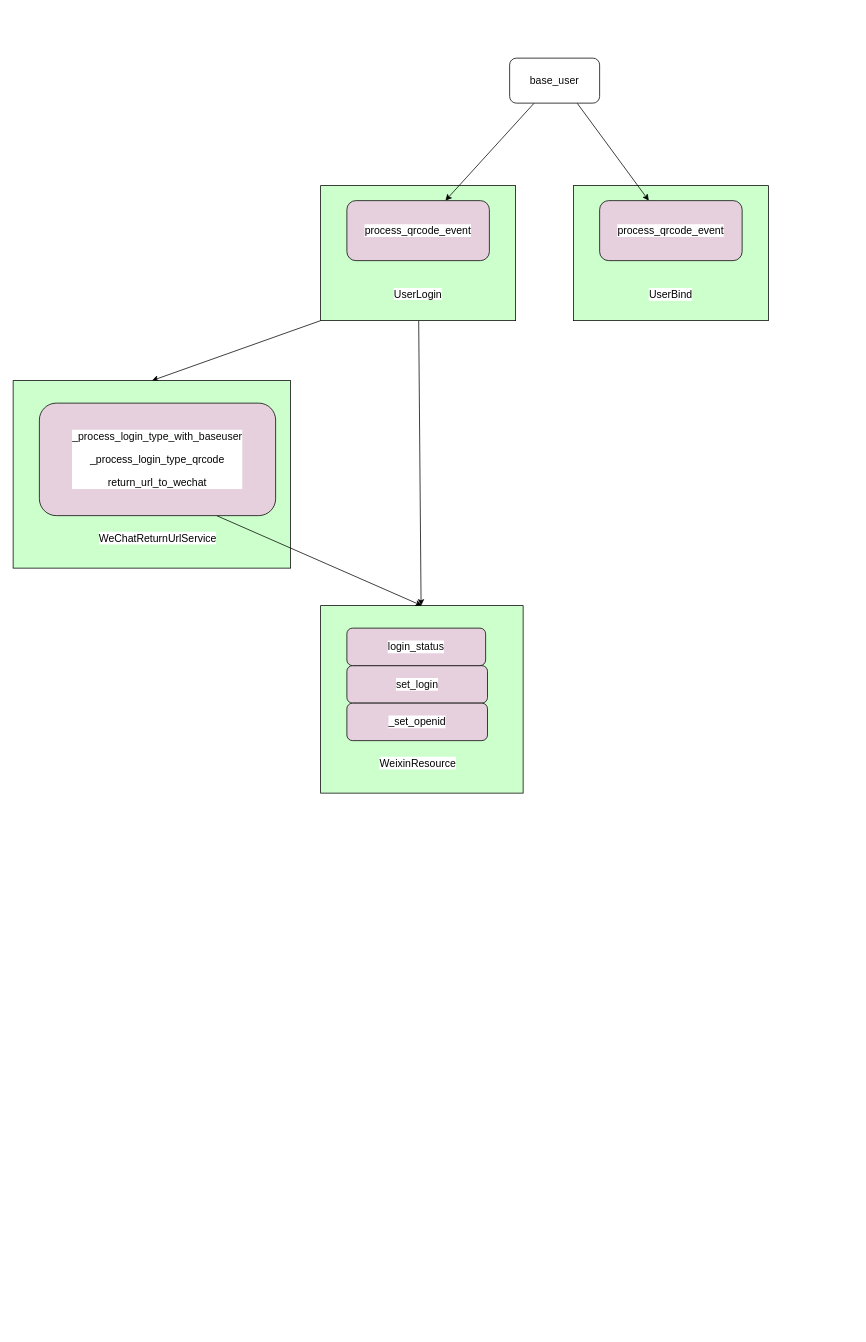
The draw.io diagram wechat_baseuser.drawio in likeyiyy/Simple_Interpreter, before the edit. Source tidied: cells renumbered, new cells numbered last; positions are measured from the earlier drawing's top-left corner, leaving out a move shared by most shapes. Both pictures are drawn from the tidied source at 75%, with x=0, y=0 at pixel (13, 58).
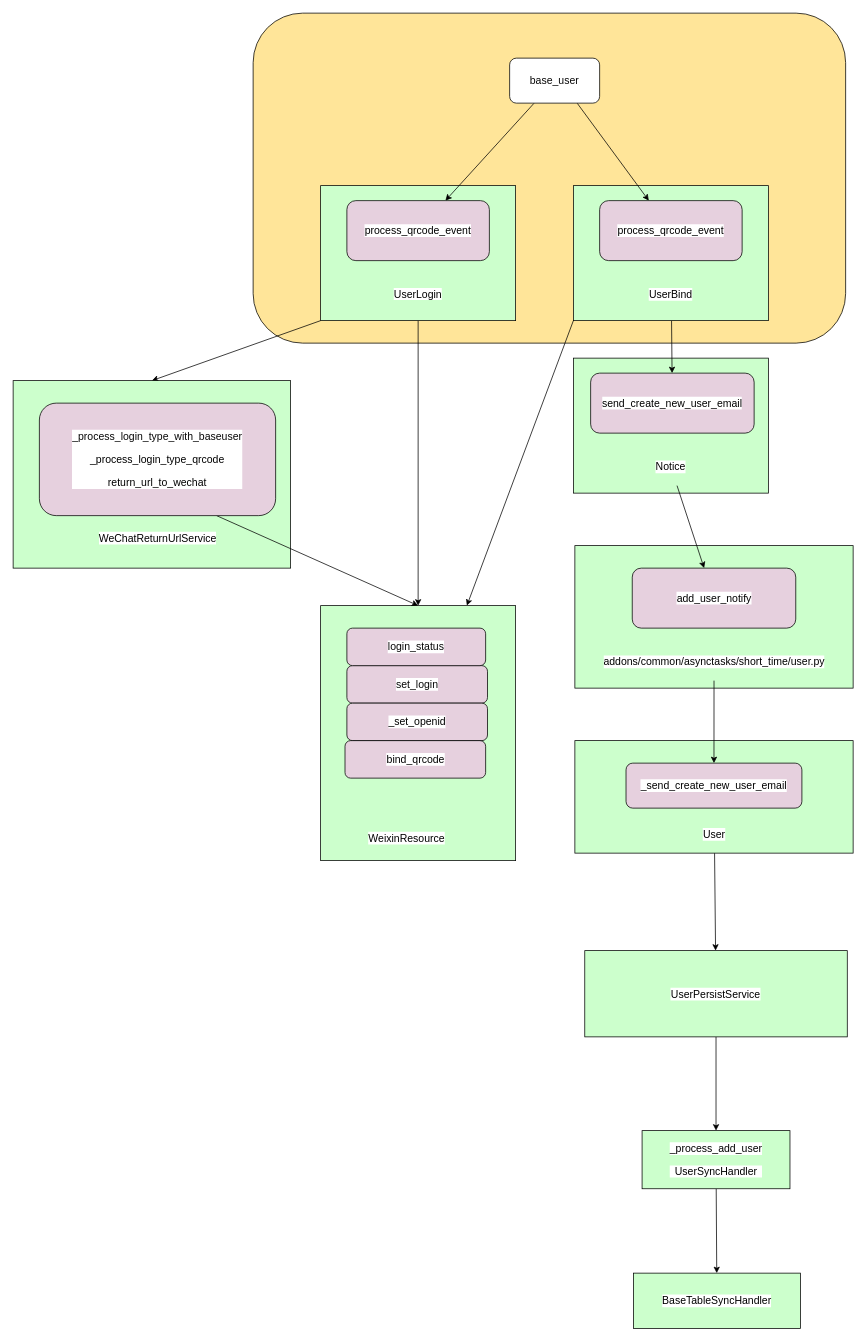
The same page after the edit.

The change refers to these unchanged cells:
```xml
<mxCell id="2" style="rounded=0;whiteSpace=wrap;html=1;fillColor=#CCFFCC;" parent="1" vertex="1">
  <mxGeometry x="747" y="170" width="260" height="180" as="geometry" />
</mxCell>
```

What changed in the source:
```diff
@@
+    <mxCell id="22" style="rounded=1;whiteSpace=wrap;html=1;fillColor=#FFE599;" parent="1" vertex="1">
+      <mxGeometry x="320" y="-60" width="790" height="440" as="geometry" />
+    </mxCell>
+    <mxCell id="23" style="rounded=0;whiteSpace=wrap;html=1;fillColor=#CCFFCC;" parent="1" vertex="1">
+      <mxGeometry x="749" y="650" width="371" height="190" as="geometry" />
+    </mxCell>
+    <mxCell id="24" style="edgeStyle=none;rounded=0;jettySize=auto;html=1;" parent="1" edge="1" source="25" target="39">
+      <mxGeometry relative="1" as="geometry" />
+    </mxCell>
+    <mxCell id="25" style="rounded=0;whiteSpace=wrap;html=1;fillColor=#CCFFCC;" parent="1" vertex="1">
+      <mxGeometry x="749" y="910" width="371" height="150" as="geometry" />
+    </mxCell>
+    <mxCell id="26" style="rounded=0;whiteSpace=wrap;html=1;fillColor=#CCFFCC;" parent="1" vertex="1">
+      <mxGeometry x="747" y="400" width="260" height="180" as="geometry" />
+    </mxCell>
+    <mxCell id="27" style="edgeStyle=none;rounded=0;jettySize=auto;html=1;exitX=0;exitY=1;exitDx=0;exitDy=0;entryX=0.75;entryY=0;entryDx=0;entryDy=0;" parent="1" edge="1" source="2" target="13">
+      <mxGeometry relative="1" as="geometry" />
+    </mxCell>
+    <mxCell id="28" style="edgeStyle=none;rounded=0;jettySize=auto;html=1;" parent="1" edge="1" source="2" target="29">
+      <mxGeometry relative="1" as="geometry" />
+    </mxCell>
@@
     <mxCell id="13" style="rounded=0;whiteSpace=wrap;html=1;fillColor=#CCFFCC;" parent="1" vertex="1">
-      <mxGeometry x="410" y="730" width="270" height="250" as="geometry" />
+      <mxGeometry x="410" y="730" width="260" height="340" as="geometry" />
     </mxCell>
     <mxCell id="14" value="&lt;pre style=&quot;background-color: #ffffff ; color: #080808 ; font-family: &amp;#34;jetbrains mono&amp;#34; ; font-size: 10.5pt&quot;&gt;&lt;span style=&quot;color: #000000&quot;&gt;WeixinResource&lt;/span&gt;&lt;/pre&gt;" style="text;html=1;strokeColor=none;fillColor=none;align=center;verticalAlign=middle;whiteSpace=wrap;rounded=0;" parent="1" vertex="1">
-      <mxGeometry x="485" y="930" width="110" height="20" as="geometry" />
+      <mxGeometry x="470" y="1030" width="110" height="20" as="geometry" />
     </mxCell>
@@
+    <mxCell id="29" value="&lt;pre style=&quot;background-color: #ffffff ; color: #080808 ; font-family: &amp;#34;jetbrains mono&amp;#34; ; font-size: 10.5pt&quot;&gt;&lt;pre style=&quot;font-family: &amp;#34;jetbrains mono&amp;#34; ; font-size: 10.5pt&quot;&gt;&lt;span style=&quot;color: #000000&quot;&gt;send_create_new_user_email&lt;/span&gt;&lt;/pre&gt;&lt;/pre&gt;" style="whiteSpace=wrap;html=1;rounded=1;fillColor=#E6D0DE;" parent="1" vertex="1">
+      <mxGeometry x="770" y="420" width="218" height="80" as="geometry" />
+    </mxCell>
+    <mxCell id="30" style="edgeStyle=none;rounded=0;jettySize=auto;html=1;" parent="1" edge="1" source="31" target="33">
+      <mxGeometry relative="1" as="geometry" />
+    </mxCell>
+    <mxCell id="31" value="&lt;pre style=&quot;background-color: #ffffff ; color: #080808 ; font-family: &amp;#34;jetbrains mono&amp;#34; ; font-size: 10.5pt&quot;&gt;&lt;pre style=&quot;font-family: &amp;#34;jetbrains mono&amp;#34; ; font-size: 10.5pt&quot;&gt;&lt;span style=&quot;color: #000000&quot;&gt;Notice&lt;/span&gt;&lt;/pre&gt;&lt;/pre&gt;" style="text;html=1;strokeColor=none;fillColor=none;align=center;verticalAlign=middle;whiteSpace=wrap;rounded=0;" parent="1" vertex="1">
+      <mxGeometry x="827" y="520" width="100" height="50" as="geometry" />
+    </mxCell>
+    <mxCell id="32" value="&lt;pre style=&quot;background-color: #ffffff ; color: #080808 ; font-family: &amp;#34;jetbrains mono&amp;#34; ; font-size: 10.5pt&quot;&gt;&lt;pre style=&quot;font-family: &amp;#34;jetbrains mono&amp;#34; ; font-size: 10.5pt&quot;&gt;&lt;pre style=&quot;font-family: &amp;#34;jetbrains mono&amp;#34; ; font-size: 10.5pt&quot;&gt;&lt;span style=&quot;color: #000000&quot;&gt;bind_qrcode&lt;/span&gt;&lt;/pre&gt;&lt;/pre&gt;&lt;/pre&gt;" style="whiteSpace=wrap;html=1;rounded=1;fillColor=#E6D0DE;" parent="1" vertex="1">
+      <mxGeometry x="442.5" y="910" width="187.5" height="50" as="geometry" />
+    </mxCell>
+    <mxCell id="33" value="&lt;pre style=&quot;background-color: #ffffff ; color: #080808 ; font-family: &amp;#34;jetbrains mono&amp;#34; ; font-size: 10.5pt&quot;&gt;&lt;pre style=&quot;font-family: &amp;#34;jetbrains mono&amp;#34; ; font-size: 10.5pt&quot;&gt;&lt;pre style=&quot;font-family: &amp;#34;jetbrains mono&amp;#34; ; font-size: 10.5pt&quot;&gt;&lt;span style=&quot;color: #000000&quot;&gt;add_user_notify&lt;/span&gt;&lt;/pre&gt;&lt;/pre&gt;&lt;/pre&gt;" style="whiteSpace=wrap;html=1;rounded=1;fillColor=#E6D0DE;" parent="1" vertex="1">
+      <mxGeometry x="825.5" y="680" width="218" height="80" as="geometry" />
+    </mxCell>
+    <mxCell id="34" style="edgeStyle=none;rounded=0;jettySize=auto;html=1;" parent="1" edge="1" source="35" target="36">
+      <mxGeometry relative="1" as="geometry" />
+    </mxCell>
+    <mxCell id="35" value="&lt;pre style=&quot;background-color: rgb(255 , 255 , 255)&quot;&gt;&lt;pre&gt;&lt;font face=&quot;jetbrains mono&quot;&gt;&lt;span style=&quot;font-size: 14px&quot;&gt;addons/common/asynctasks/short_time/user.py&lt;/span&gt;&lt;/font&gt;&lt;font color=&quot;#080808&quot; face=&quot;jetbrains mono&quot;&gt;&lt;span style=&quot;font-size: 10.5pt&quot;&gt;&lt;br&gt;&lt;/span&gt;&lt;/font&gt;&lt;/pre&gt;&lt;/pre&gt;" style="text;html=1;strokeColor=none;fillColor=none;align=center;verticalAlign=middle;whiteSpace=wrap;rounded=0;" parent="1" vertex="1">
+      <mxGeometry x="756.8" y="780" width="355.5" height="50" as="geometry" />
+    </mxCell>
+    <mxCell id="36" value="&lt;pre style=&quot;background-color: #ffffff ; color: #080808 ; font-family: &amp;#34;jetbrains mono&amp;#34; ; font-size: 10.5pt&quot;&gt;&lt;pre style=&quot;font-family: &amp;#34;jetbrains mono&amp;#34; ; font-size: 10.5pt&quot;&gt;&lt;pre style=&quot;font-family: &amp;#34;jetbrains mono&amp;#34; ; font-size: 10.5pt&quot;&gt;&lt;pre style=&quot;font-family: &amp;#34;jetbrains mono&amp;#34; ; font-size: 10.5pt&quot;&gt;&lt;span style=&quot;color: #000000&quot;&gt;_send_create_new_user_email&lt;/span&gt;&lt;/pre&gt;&lt;/pre&gt;&lt;/pre&gt;&lt;/pre&gt;" style="whiteSpace=wrap;html=1;rounded=1;fillColor=#E6D0DE;" parent="1" vertex="1">
+      <mxGeometry x="817.2" y="940" width="234.5" height="60" as="geometry" />
+    </mxCell>
+    <mxCell id="37" value="&lt;pre style=&quot;background-color: rgb(255 , 255 , 255)&quot;&gt;&lt;pre&gt;&lt;pre style=&quot;color: rgb(8 , 8 , 8) ; font-family: &amp;#34;jetbrains mono&amp;#34; ; font-size: 10.5pt&quot;&gt;&lt;span style=&quot;color: #000000&quot;&gt;User&lt;/span&gt;&lt;/pre&gt;&lt;/pre&gt;&lt;/pre&gt;" style="text;html=1;strokeColor=none;fillColor=none;align=center;verticalAlign=middle;whiteSpace=wrap;rounded=0;" parent="1" vertex="1">
+      <mxGeometry x="756.8" y="1010" width="355.5" height="50" as="geometry" />
+    </mxCell>
+    <mxCell id="38" style="edgeStyle=none;rounded=0;jettySize=auto;html=1;" parent="1" edge="1" source="39" target="41">
+      <mxGeometry relative="1" as="geometry" />
+    </mxCell>
+    <mxCell id="39" value="&lt;pre style=&quot;background-color: #ffffff ; color: #080808 ; font-family: &amp;#34;jetbrains mono&amp;#34; ; font-size: 10.5pt&quot;&gt;&lt;span style=&quot;color: #000000&quot;&gt;UserPersistService&lt;/span&gt;&lt;/pre&gt;" style="whiteSpace=wrap;html=1;rounded=0;fillColor=#CCFFCC;" parent="1" vertex="1">
+      <mxGeometry x="762.2" y="1190" width="350" height="115" as="geometry" />
+    </mxCell>
+    <mxCell id="40" style="edgeStyle=none;rounded=0;jettySize=auto;html=1;" parent="1" edge="1" source="41" target="42">
+      <mxGeometry relative="1" as="geometry" />
+    </mxCell>
+    <mxCell id="41" value="&lt;pre style=&quot;background-color: #ffffff ; color: #080808 ; font-family: &amp;#34;jetbrains mono&amp;#34; ; font-size: 10.5pt&quot;&gt;&lt;pre style=&quot;font-family: &amp;#34;jetbrains mono&amp;#34; ; font-size: 10.5pt&quot;&gt;&lt;span style=&quot;color: #000000&quot;&gt;_process_add_user&lt;/span&gt;&lt;/pre&gt;&lt;/pre&gt;&lt;pre style=&quot;background-color: #ffffff ; color: #080808 ; font-family: &amp;#34;jetbrains mono&amp;#34; ; font-size: 10.5pt&quot;&gt;&lt;span style=&quot;color: #000000&quot;&gt;UserSyncHandler&lt;/span&gt;&lt;/pre&gt;" style="whiteSpace=wrap;html=1;rounded=0;fillColor=#CCFFCC;" parent="1" vertex="1">
+      <mxGeometry x="838.6" y="1430" width="197.2" height="77.5" as="geometry" />
+    </mxCell>
+    <mxCell id="42" value="&lt;pre style=&quot;background-color: #ffffff ; color: #080808 ; font-family: &amp;#34;jetbrains mono&amp;#34; ; font-size: 10.5pt&quot;&gt;&lt;span style=&quot;color: #000000&quot;&gt;BaseTableSyncHandler&lt;/span&gt;&lt;/pre&gt;" style="whiteSpace=wrap;html=1;rounded=0;fillColor=#CCFFCC;" parent="1" vertex="1">
+      <mxGeometry x="827" y="1620" width="222.8" height="73.8" as="geometry" />
+    </mxCell>
```
